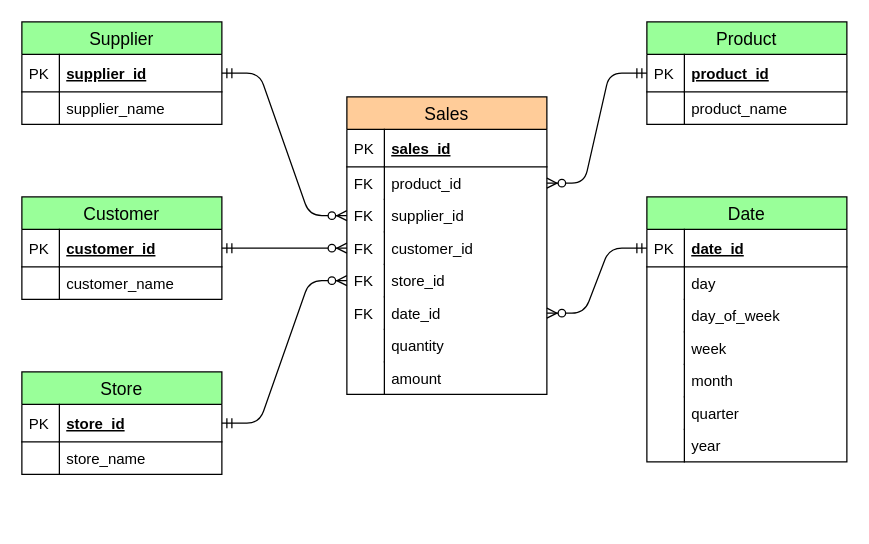
Above: dw/ass2/star-schema.drawio in nanoix9/2019Papers (draw.io), before the change. Source tidied: cells renumbered, new cells numbered last; positions are measured from the earlier drawing's top-left corner, leaving out a move shared by most shapes. Both pictures are drawn from the tidied source at 125%, with x=0, y=0 at pixel (21, 21).
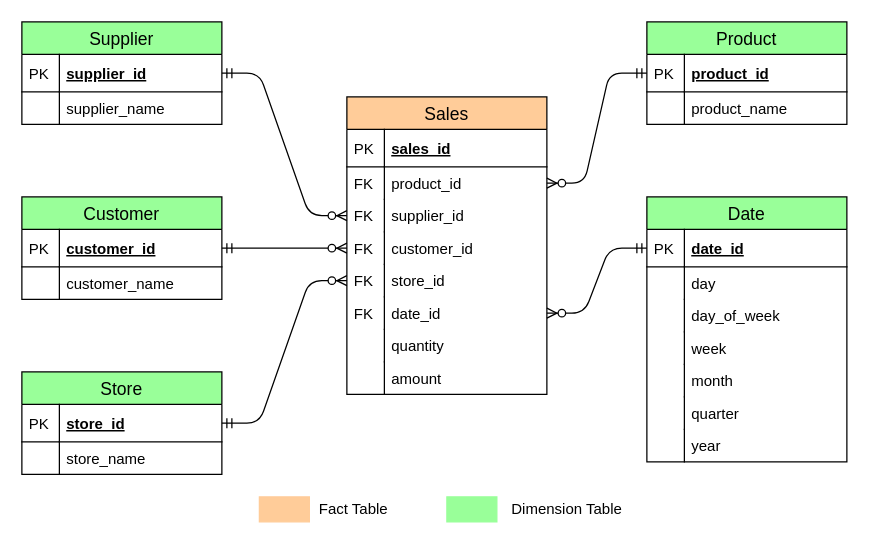
The same diagram, later.

What changed in the source:
```diff
@@
+    <mxCell id="59" style="rounded=0;whiteSpace=wrap;html=1;fillColor=#FFCC99;strokeColor=#FFCC99;" parent="1" vertex="1">
+      <mxGeometry x="190" y="380" width="40" height="20" as="geometry" />
+    </mxCell>
+    <mxCell id="60" style="rounded=0;whiteSpace=wrap;html=1;fillColor=#99FF99;strokeColor=#99FF99;" parent="1" vertex="1">
+      <mxGeometry x="340" y="380" width="40" height="20" as="geometry" />
+    </mxCell>
+    <mxCell id="61" value="Fact Table" style="text;html=1;strokeColor=none;fillColor=none;align=left;verticalAlign=middle;whiteSpace=wrap;rounded=0;" parent="1" vertex="1">
+      <mxGeometry x="236" y="380" width="88" height="20" as="geometry" />
+    </mxCell>
+    <mxCell id="62" value="Dimension Table" style="text;html=1;strokeColor=none;fillColor=none;align=left;verticalAlign=middle;whiteSpace=wrap;rounded=0;" parent="1" vertex="1">
+      <mxGeometry x="390" y="380" width="100" height="20" as="geometry" />
+    </mxCell>
```
